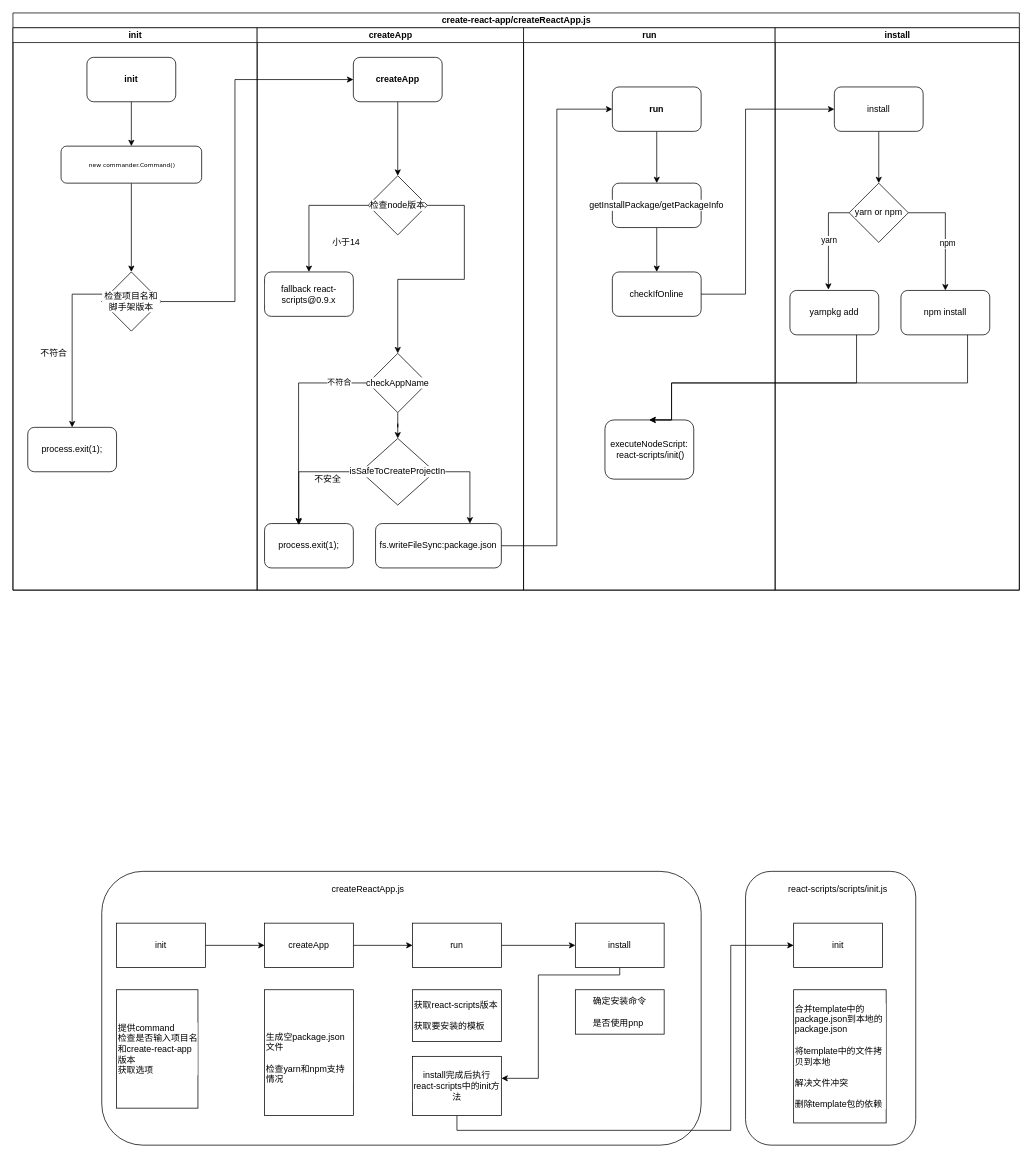
Earlier version of the draw.io diagram cra.drawio (zzy1661/diagram). Source tidied: cells renumbered, new cells numbered last; positions are measured from the earlier drawing's top-left corner, leaving out a move shared by most shapes. Both pictures are drawn from the tidied source at 74%, with x=0, y=0 at pixel (13, 13).
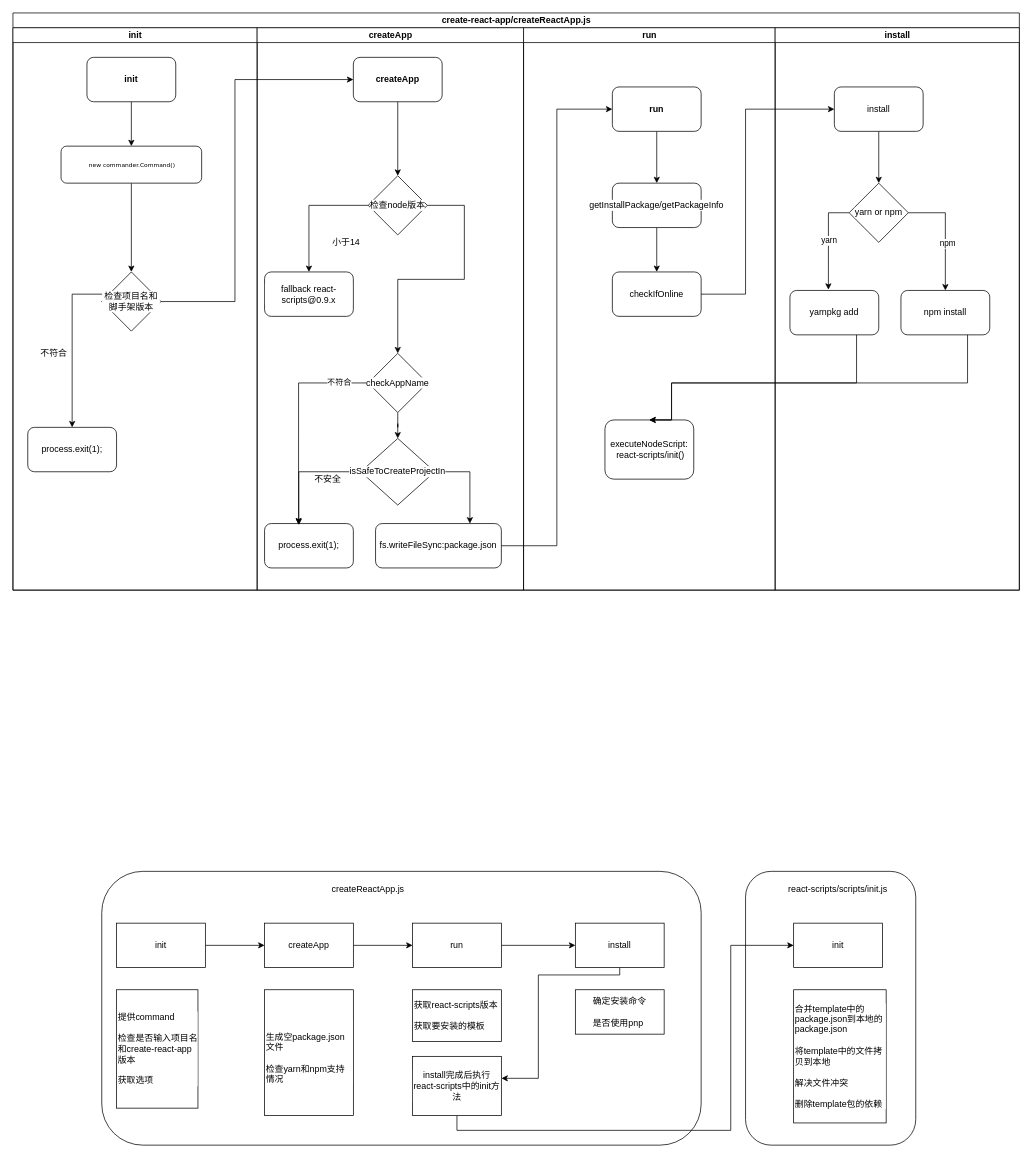
The same page after the edit.

Diff of the diagram source:
```diff
@@
-    <mxCell id="59" value="&lt;span&gt;提供command&lt;br&gt;检查是否输入项目名和create-react-app版本&lt;br&gt;获取选项&lt;/span&gt;" style="rounded=0;whiteSpace=wrap;html=1;labelBackgroundColor=#FFFFFF;align=left;" parent="1" vertex="1">
+    <mxCell id="59" value="&lt;span&gt;提供command&lt;br&gt;&lt;br&gt;检查是否输入项目名和create-react-app版本&lt;br&gt;&lt;br&gt;获取选项&lt;/span&gt;" style="rounded=0;whiteSpace=wrap;html=1;labelBackgroundColor=#FFFFFF;align=left;" parent="1" vertex="1">
       <mxGeometry x="140" y="1320" width="110" height="160" as="geometry" />
     </mxCell>
```
